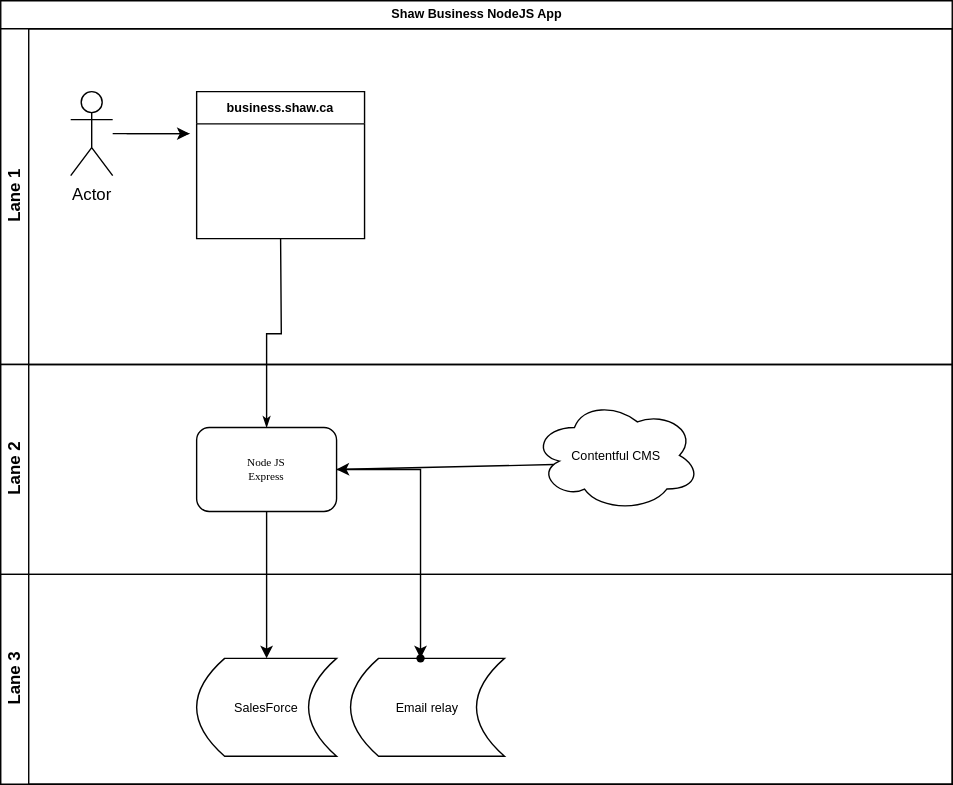
szokrika/chart keeps this draw.io diagram as chart.drawio.svg. Above is the earlier version. Source tidied: cells renumbered, new cells last; positions are measured from the earlier drawing's top-left corner, leaving out a move shared by most shapes.
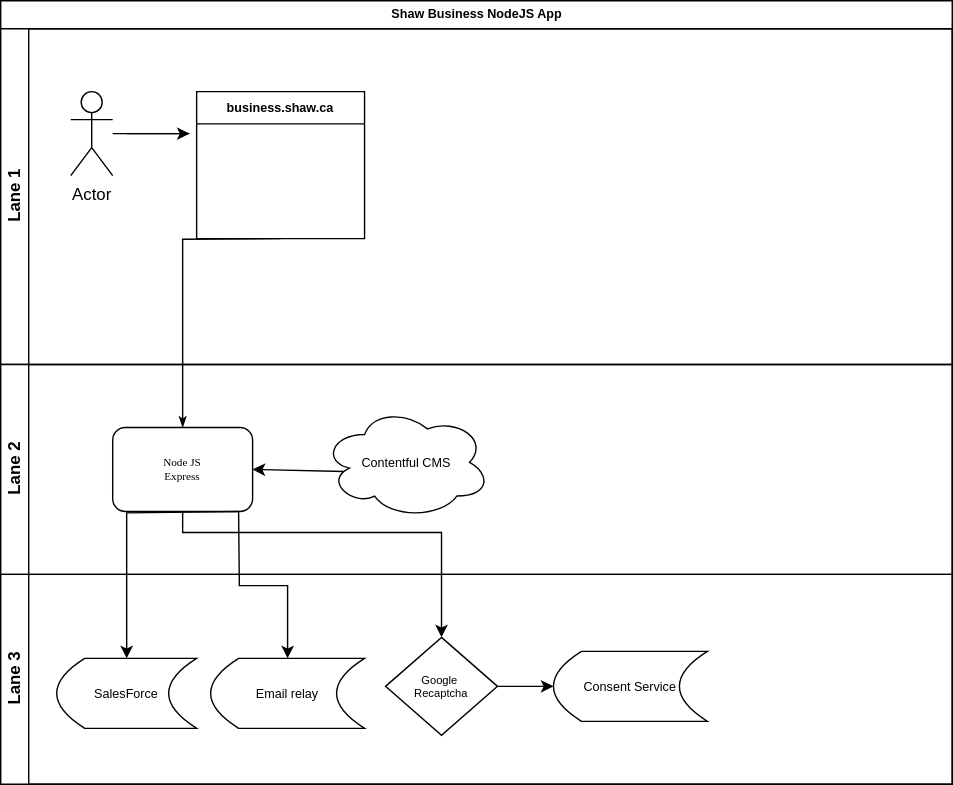
The same diagram one commit later.

Diff of the diagram source:
```diff
@@ -29,36 +29,57 @@
       <mxGeometry y="260" width="680" height="150" as="geometry" />
     </mxCell>
     <mxCell id="9" value="Node JS &lt;br&gt;Express" style="rounded=1;whiteSpace=wrap;html=1;shadow=0;labelBackgroundColor=none;strokeWidth=1;fontFamily=Verdana;fontSize=8;align=center;" parent="8" vertex="1">
-      <mxGeometry x="140" y="45" width="100" height="60" as="geometry" />
+      <mxGeometry x="80" y="45" width="100" height="60" as="geometry" />
     </mxCell>
     <mxCell id="10" value="&lt;font style=&quot;font-size: 9px;&quot;&gt;Contentful CMS&lt;/font&gt;" style="ellipse;shape=cloud;whiteSpace=wrap;html=1;" parent="8" vertex="1">
-      <mxGeometry x="380" y="25" width="120" height="80" as="geometry" />
+      <mxGeometry x="230" y="30" width="120" height="80" as="geometry" />
     </mxCell>
     <mxCell id="11" style="endArrow=classic;html=1;rounded=0;entryX=1;entryY=0.5;entryDx=0;entryDy=0;exitX=0.127;exitY=0.581;exitDx=0;exitDy=0;exitPerimeter=0;" parent="8" edge="1" source="10" target="9">
       <mxGeometry relative="1" as="geometry" />
     </mxCell>
+    <mxCell id="16" style="edgeStyle=orthogonalEdgeStyle;rounded=0;html=1;labelBackgroundColor=none;startArrow=none;startFill=0;startSize=5;endArrow=classicThin;endFill=1;endSize=5;jettySize=auto;strokeWidth=1;fontFamily=Verdana;fontSize=8;" parent="2" edge="1" target="9">
+      <mxGeometry relative="1" as="geometry">
+        <mxPoint x="200" y="170" as="sourcePoint" />
+      </mxGeometry>
+    </mxCell>
+    <mxCell id="17" style="edgeStyle=orthogonalEdgeStyle;rounded=0;jettySize=auto;html=1;" parent="2" edge="1" target="13">
+      <mxGeometry relative="1" as="geometry">
+        <mxPoint x="170" y="365" as="sourcePoint" />
+        <Array as="points">
+          <mxPoint x="90" y="366" />
+        </Array>
+      </mxGeometry>
+    </mxCell>
     <mxCell id="12" value="Lane 3" style="swimlane;html=1;startSize=20;horizontal=0;" parent="2" vertex="1">
       <mxGeometry y="410" width="680" height="150" as="geometry" />
     </mxCell>
     <mxCell id="13" value="&lt;font style=&quot;font-size: 9px;&quot;&gt;SalesForce&lt;/font&gt;" style="shape=dataStorage;whiteSpace=wrap;html=1;fixedSize=1;" parent="12" vertex="1">
-      <mxGeometry x="140" y="60" width="100" height="70" as="geometry" />
+      <mxGeometry x="40" y="60" width="100" height="50" as="geometry" />
     </mxCell>
     <mxCell id="14" value="&lt;font style=&quot;font-size: 9px;&quot;&gt;Email relay&lt;/font&gt;" style="shape=dataStorage;whiteSpace=wrap;html=1;fixedSize=1;" parent="12" vertex="1">
-      <mxGeometry x="250" y="60" width="110" height="70" as="geometry" />
+      <mxGeometry x="150" y="60" width="110" height="50" as="geometry" />
     </mxCell>
-    <mxCell id="15" style="shape=waypoint;sketch=0;size=6;points=[];fillColor=default;perimeter=centerPerimeter;snapToPoint=1;fontSize=8;fontFamily=Verdana;rounded=1;shadow=0;labelBackgroundColor=none;strokeWidth=1;" parent="12" vertex="1">
-      <mxGeometry x="290" y="50" width="20" height="20" as="geometry" />
-    </mxCell>
-    <mxCell id="16" style="edgeStyle=orthogonalEdgeStyle;rounded=0;html=1;labelBackgroundColor=none;startArrow=none;startFill=0;startSize=5;endArrow=classicThin;endFill=1;endSize=5;jettySize=auto;strokeWidth=1;fontFamily=Verdana;fontSize=8;" parent="2" edge="1" target="9">
-      <mxGeometry relative="1" as="geometry">
-        <mxPoint x="200" y="170" as="sourcePoint" />
-      </mxGeometry>
-    </mxCell>
-    <mxCell id="17" style="edgeStyle=orthogonalEdgeStyle;rounded=0;jettySize=auto;html=1;" parent="2" edge="1" source="9" target="13">
-      <mxGeometry relative="1" as="geometry" />
-    </mxCell>
-    <mxCell id="18" style="edgeStyle=orthogonalEdgeStyle;rounded=0;jettySize=auto;html=1;" parent="2" edge="1" source="9" target="15">
-      <mxGeometry relative="1" as="geometry" />
-    </mxCell>
+    <mxCell id="19" value="&lt;font style=&quot;font-size: 9px;&quot;&gt;Consent Service&lt;/font&gt;" style="shape=dataStorage;whiteSpace=wrap;html=1;fixedSize=1;" parent="12" vertex="1">
+      <mxGeometry x="395" y="55" width="110" height="50" as="geometry" />
+    </mxCell>
+    <mxCell id="20" style="edgeStyle=orthogonalEdgeStyle;rounded=0;jettySize=auto;html=1;" parent="12" edge="1" source="21" target="19">
+      <mxGeometry relative="1" as="geometry" />
+    </mxCell>
+    <mxCell id="21" value="&lt;p style=&quot;line-height: 60%;&quot;&gt;&lt;font style=&quot;font-size: 8px;&quot;&gt;Google&amp;nbsp;&lt;br&gt;Recaptcha&lt;/font&gt;&lt;/p&gt;" style="rhombus;whiteSpace=wrap;html=1;" parent="12" vertex="1">
+      <mxGeometry x="275" y="45" width="80" height="70" as="geometry" />
+    </mxCell>
+    <mxCell id="22" style="edgeStyle=orthogonalEdgeStyle;rounded=0;jettySize=auto;html=1;" parent="2" edge="1" target="14">
+      <mxGeometry relative="1" as="geometry">
+        <mxPoint x="170" y="365" as="sourcePoint" />
+      </mxGeometry>
+    </mxCell>
+    <mxCell id="23" style="edgeStyle=orthogonalEdgeStyle;rounded=0;jettySize=auto;html=1;entryX=0.5;entryY=0;entryDx=0;entryDy=0;" parent="2" edge="1" source="9" target="21">
+      <mxGeometry relative="1" as="geometry">
+        <Array as="points">
+          <mxPoint x="130" y="380" />
+          <mxPoint x="315" y="380" />
+        </Array>
+      </mxGeometry>
+    </mxCell>
   </root>
 </mxGraphModel>
```
